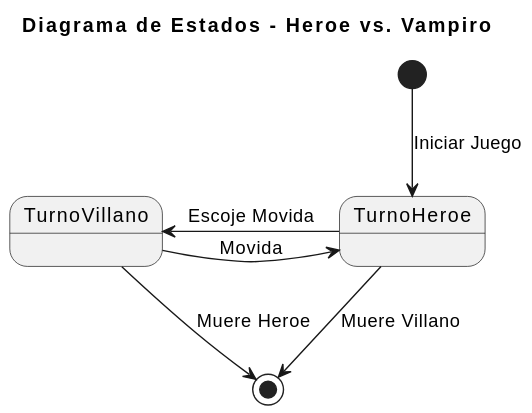
Above: images/modelosUML/modelosUML/diagramaEstados.svg in mmasias/23-24-IdSw2-SDD (PlantUML), before the change.
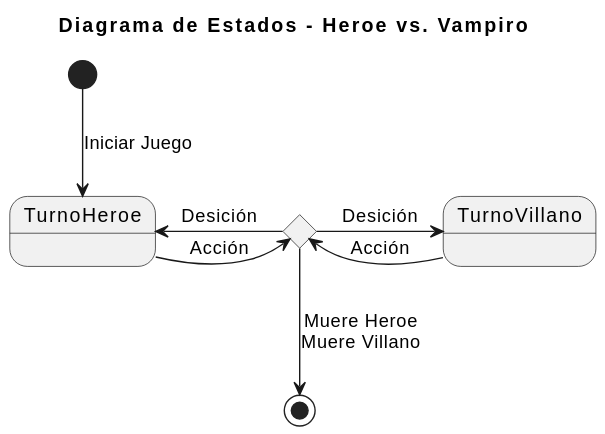
Later version of the same file.

What changed in the source:
```diff
@@ -1,11 +1,13 @@
 @startuml
 title Diagrama de Estados - Heroe vs. Vampiro
+state c <<choice>>
 
-[*] --> TurnoHeroe : Iniciar Juego
+[*] -d-> TurnoHeroe : Iniciar Juego
 
-TurnoHeroe -l--> TurnoVillano : Escoje Movida
-TurnoHeroe --> [*] : Muere Villano
+TurnoHeroe -r--> c : Acción
+TurnoVillano -l--> c : Acción
 
-TurnoVillano -l--> TurnoHeroe : Movida
-TurnoVillano --> [*] : Muere Heroe
+c -l--> TurnoHeroe : Desición
+c -r--> TurnoVillano : Desición
+c -d-> [*] : Muere Heroe\nMuere Villano
 @enduml
```
